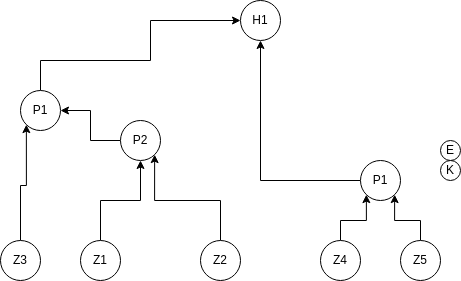
The draw.io diagram docs/tex/img/zasoby.drawio.png in szalaj/procenty, before a commit. Source tidied: cells renumbered, new cells last; positions are measured from the earlier drawing's top-left corner, leaving out a move shared by most shapes.
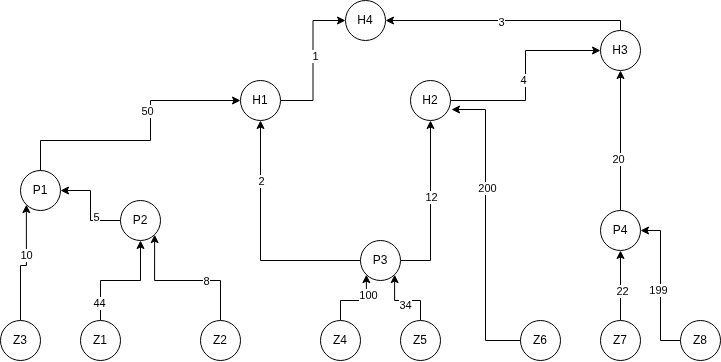
After the commit.

The edit, as a diff of the source:
```diff
@@ -5,6 +5,9 @@
     <mxCell id="2" style="edgeStyle=orthogonalEdgeStyle;rounded=0;jettySize=auto;html=1;entryX=0.5;entryY=1;entryDx=0;entryDy=0;" parent="1" edge="1" source="3" target="11">
       <mxGeometry relative="1" as="geometry" />
     </mxCell>
+    <mxCell id="21" value="44" style="edgeLabel;html=1;align=center;verticalAlign=middle;" parent="2" vertex="1">
+      <mxGeometry x="-0.71" y="1" relative="1" as="geometry" />
+    </mxCell>
     <mxCell id="3" value="Z1" style="ellipse;whiteSpace=wrap;html=1;" parent="1" vertex="1">
       <mxGeometry x="80" y="240" width="40" height="40" as="geometry" />
     </mxCell>
@@ -17,6 +20,9 @@
         </Array>
       </mxGeometry>
     </mxCell>
+    <mxCell id="22" value="50" style="edgeLabel;html=1;align=center;verticalAlign=middle;" parent="4" vertex="1">
+      <mxGeometry x="0.25" y="3" relative="1" as="geometry" />
+    </mxCell>
     <mxCell id="5" value="P1" style="ellipse;whiteSpace=wrap;html=1;" parent="1" vertex="1">
       <mxGeometry x="20" y="90" width="40" height="40" as="geometry" />
     </mxCell>
@@ -28,47 +34,134 @@
         </Array>
       </mxGeometry>
     </mxCell>
+    <mxCell id="23" value="8" style="edgeLabel;html=1;align=center;verticalAlign=middle;" parent="6" vertex="1">
+      <mxGeometry x="-0.29" y="2" relative="1" as="geometry">
+        <mxPoint y="-1" as="offset" />
+      </mxGeometry>
+    </mxCell>
     <mxCell id="7" value="Z2" style="ellipse;whiteSpace=wrap;html=1;" parent="1" vertex="1">
       <mxGeometry x="200" y="240" width="40" height="40" as="geometry" />
     </mxCell>
     <mxCell id="8" style="edgeStyle=orthogonalEdgeStyle;rounded=0;jettySize=auto;html=1;entryX=0;entryY=1;entryDx=0;entryDy=0;" parent="1" edge="1" source="9" target="5">
       <mxGeometry relative="1" as="geometry" />
     </mxCell>
+    <mxCell id="24" value="10" style="edgeLabel;html=1;align=center;verticalAlign=middle;" parent="8" vertex="1">
+      <mxGeometry x="0.18" relative="1" as="geometry" />
+    </mxCell>
     <mxCell id="9" value="Z3" style="ellipse;whiteSpace=wrap;html=1;" parent="1" vertex="1">
       <mxGeometry y="240" width="40" height="40" as="geometry" />
     </mxCell>
     <mxCell id="10" style="edgeStyle=orthogonalEdgeStyle;rounded=0;jettySize=auto;html=1;entryX=1;entryY=0.5;entryDx=0;entryDy=0;" parent="1" edge="1" source="11" target="5">
       <mxGeometry relative="1" as="geometry" />
     </mxCell>
+    <mxCell id="25" value="5" style="edgeLabel;html=1;align=center;verticalAlign=middle;" parent="10" vertex="1">
+      <mxGeometry x="-0.47" y="-3" relative="1" as="geometry" />
+    </mxCell>
     <mxCell id="11" value="P2" style="ellipse;whiteSpace=wrap;html=1;" parent="1" vertex="1">
       <mxGeometry x="120" y="120" width="40" height="40" as="geometry" />
     </mxCell>
     <mxCell id="12" style="edgeStyle=orthogonalEdgeStyle;rounded=0;jettySize=auto;html=1;entryX=0;entryY=1;entryDx=0;entryDy=0;" parent="1" edge="1" source="13" target="17">
       <mxGeometry relative="1" as="geometry" />
     </mxCell>
+    <mxCell id="26" value="100" style="edgeLabel;html=1;align=center;verticalAlign=middle;" parent="12" vertex="1">
+      <mxGeometry x="0.42" y="-2" relative="1" as="geometry" />
+    </mxCell>
     <mxCell id="13" value="Z4" style="ellipse;whiteSpace=wrap;html=1;" parent="1" vertex="1">
       <mxGeometry x="320" y="240" width="40" height="40" as="geometry" />
     </mxCell>
     <mxCell id="14" style="edgeStyle=orthogonalEdgeStyle;rounded=0;jettySize=auto;html=1;entryX=1;entryY=1;entryDx=0;entryDy=0;" parent="1" edge="1" source="15" target="17">
       <mxGeometry relative="1" as="geometry" />
     </mxCell>
+    <mxCell id="27" value="34" style="edgeLabel;html=1;align=center;verticalAlign=middle;" parent="14" vertex="1">
+      <mxGeometry y="5" relative="1" as="geometry" />
+    </mxCell>
     <mxCell id="15" value="Z5" style="ellipse;whiteSpace=wrap;html=1;" parent="1" vertex="1">
       <mxGeometry x="400" y="240" width="40" height="40" as="geometry" />
     </mxCell>
     <mxCell id="16" style="edgeStyle=orthogonalEdgeStyle;rounded=0;jettySize=auto;html=1;entryX=0.5;entryY=1;entryDx=0;entryDy=0;" parent="1" edge="1" source="17" target="18">
       <mxGeometry relative="1" as="geometry" />
     </mxCell>
+    <mxCell id="28" value="2" style="edgeLabel;html=1;align=center;verticalAlign=middle;" parent="16" vertex="1">
+      <mxGeometry x="0.49" y="-1" relative="1" as="geometry" />
+    </mxCell>
+    <mxCell id="29" style="edgeStyle=orthogonalEdgeStyle;rounded=0;jettySize=auto;html=1;entryX=0.5;entryY=1;entryDx=0;entryDy=0;" parent="1" edge="1" source="17" target="35">
+      <mxGeometry relative="1" as="geometry" />
+    </mxCell>
+    <mxCell id="30" value="12" style="edgeLabel;html=1;align=center;verticalAlign=middle;" parent="29" vertex="1">
+      <mxGeometry x="0.1" y="-1" relative="1" as="geometry" />
+    </mxCell>
-    <mxCell id="17" value="P1" style="ellipse;whiteSpace=wrap;html=1;" parent="1" vertex="1">
+    <mxCell id="17" value="P3" style="ellipse;whiteSpace=wrap;html=1;" parent="1" vertex="1">
       <mxGeometry x="360" y="160" width="40" height="40" as="geometry" />
     </mxCell>
+    <mxCell id="31" style="edgeStyle=orthogonalEdgeStyle;rounded=0;jettySize=auto;html=1;entryX=0;entryY=0.5;entryDx=0;entryDy=0;" parent="1" edge="1" source="18" target="51">
+      <mxGeometry relative="1" as="geometry" />
+    </mxCell>
+    <mxCell id="32" value="1" style="edgeLabel;html=1;align=center;verticalAlign=middle;" parent="31" vertex="1">
+      <mxGeometry x="0.06" y="-2" relative="1" as="geometry" />
+    </mxCell>
     <mxCell id="18" value="H1" style="ellipse;whiteSpace=wrap;html=1;" parent="1" vertex="1">
       <mxGeometry x="240" width="40" height="40" as="geometry" />
     </mxCell>
-    <mxCell id="19" value="E" style="ellipse;whiteSpace=wrap;html=1;" parent="1" vertex="1">
-      <mxGeometry x="440" y="140" width="20" height="20" as="geometry" />
-    </mxCell>
-    <mxCell id="20" value="K" style="ellipse;whiteSpace=wrap;html=1;" parent="1" vertex="1">
-      <mxGeometry x="440" y="160" width="20" height="20" as="geometry" />
-    </mxCell>
+    <mxCell id="33" style="edgeStyle=orthogonalEdgeStyle;rounded=0;jettySize=auto;html=1;entryX=0;entryY=0.5;entryDx=0;entryDy=0;" parent="1" edge="1" source="35" target="50">
+      <mxGeometry relative="1" as="geometry" />
+    </mxCell>
+    <mxCell id="34" value="4" style="edgeLabel;html=1;align=center;verticalAlign=middle;" parent="33" vertex="1">
+      <mxGeometry x="-0.04" y="2" relative="1" as="geometry" />
+    </mxCell>
+    <mxCell id="35" value="H2" style="ellipse;whiteSpace=wrap;html=1;" parent="1" vertex="1">
+      <mxGeometry x="410" width="40" height="40" as="geometry" />
+    </mxCell>
+    <mxCell id="36" value="Z6" style="ellipse;whiteSpace=wrap;html=1;" parent="1" vertex="1">
+      <mxGeometry x="520" y="240" width="40" height="40" as="geometry" />
+    </mxCell>
+    <mxCell id="37" style="edgeStyle=orthogonalEdgeStyle;rounded=0;jettySize=auto;html=1;entryX=1.025;entryY=0.725;entryDx=0;entryDy=0;entryPerimeter=0;" parent="1" edge="1" source="36" target="35">
+      <mxGeometry relative="1" as="geometry" />
+    </mxCell>
+    <mxCell id="38" value="200" style="edgeLabel;html=1;align=center;verticalAlign=middle;" parent="37" vertex="1">
+      <mxGeometry x="0.25" y="-2" relative="1" as="geometry" />
+    </mxCell>
+    <mxCell id="39" style="edgeStyle=orthogonalEdgeStyle;rounded=0;jettySize=auto;html=1;entryX=0.5;entryY=1;entryDx=0;entryDy=0;" parent="1" edge="1" source="41" target="47">
+      <mxGeometry relative="1" as="geometry" />
+    </mxCell>
+    <mxCell id="40" value="22" style="edgeLabel;html=1;align=center;verticalAlign=middle;" parent="39" vertex="1">
+      <mxGeometry x="-0.16" y="-2" relative="1" as="geometry" />
+    </mxCell>
+    <mxCell id="41" value="Z7" style="ellipse;whiteSpace=wrap;html=1;" parent="1" vertex="1">
+      <mxGeometry x="600" y="240" width="40" height="40" as="geometry" />
+    </mxCell>
+    <mxCell id="42" style="edgeStyle=orthogonalEdgeStyle;rounded=0;jettySize=auto;html=1;entryX=1;entryY=0.5;entryDx=0;entryDy=0;" parent="1" edge="1" source="44" target="47">
+      <mxGeometry relative="1" as="geometry" />
+    </mxCell>
+    <mxCell id="43" value="199" style="edgeLabel;html=1;align=center;verticalAlign=middle;" parent="42" vertex="1">
+      <mxGeometry x="-0.05" y="2" relative="1" as="geometry" />
+    </mxCell>
+    <mxCell id="44" value="Z8" style="ellipse;whiteSpace=wrap;html=1;" parent="1" vertex="1">
+      <mxGeometry x="680" y="240" width="40" height="40" as="geometry" />
+    </mxCell>
+    <mxCell id="45" style="edgeStyle=orthogonalEdgeStyle;rounded=0;jettySize=auto;html=1;entryX=0.5;entryY=1;entryDx=0;entryDy=0;" parent="1" edge="1" source="47" target="50">
+      <mxGeometry relative="1" as="geometry" />
+    </mxCell>
+    <mxCell id="46" value="20" style="edgeLabel;html=1;align=center;verticalAlign=middle;" parent="45" vertex="1">
+      <mxGeometry x="-0.26" y="2" relative="1" as="geometry" />
+    </mxCell>
+    <mxCell id="47" value="P4" style="ellipse;whiteSpace=wrap;html=1;" parent="1" vertex="1">
+      <mxGeometry x="600" y="130" width="40" height="40" as="geometry" />
+    </mxCell>
+    <mxCell id="48" style="edgeStyle=orthogonalEdgeStyle;rounded=0;jettySize=auto;html=1;entryX=1;entryY=0.5;entryDx=0;entryDy=0;" parent="1" edge="1" source="50" target="51">
+      <mxGeometry relative="1" as="geometry">
+        <Array as="points">
+          <mxPoint x="620" y="-60" />
+        </Array>
+      </mxGeometry>
+    </mxCell>
+    <mxCell id="49" value="3" style="edgeLabel;html=1;align=center;verticalAlign=middle;" parent="48" vertex="1">
+      <mxGeometry x="0.05" y="2" relative="1" as="geometry" />
+    </mxCell>
+    <mxCell id="50" value="H3" style="ellipse;whiteSpace=wrap;html=1;" parent="1" vertex="1">
+      <mxGeometry x="600" y="-50" width="40" height="40" as="geometry" />
+    </mxCell>
+    <mxCell id="51" value="H4" style="ellipse;whiteSpace=wrap;html=1;" parent="1" vertex="1">
+      <mxGeometry x="345" y="-80" width="40" height="40" as="geometry" />
+    </mxCell>
   </root>
 </mxGraphModel>
```
